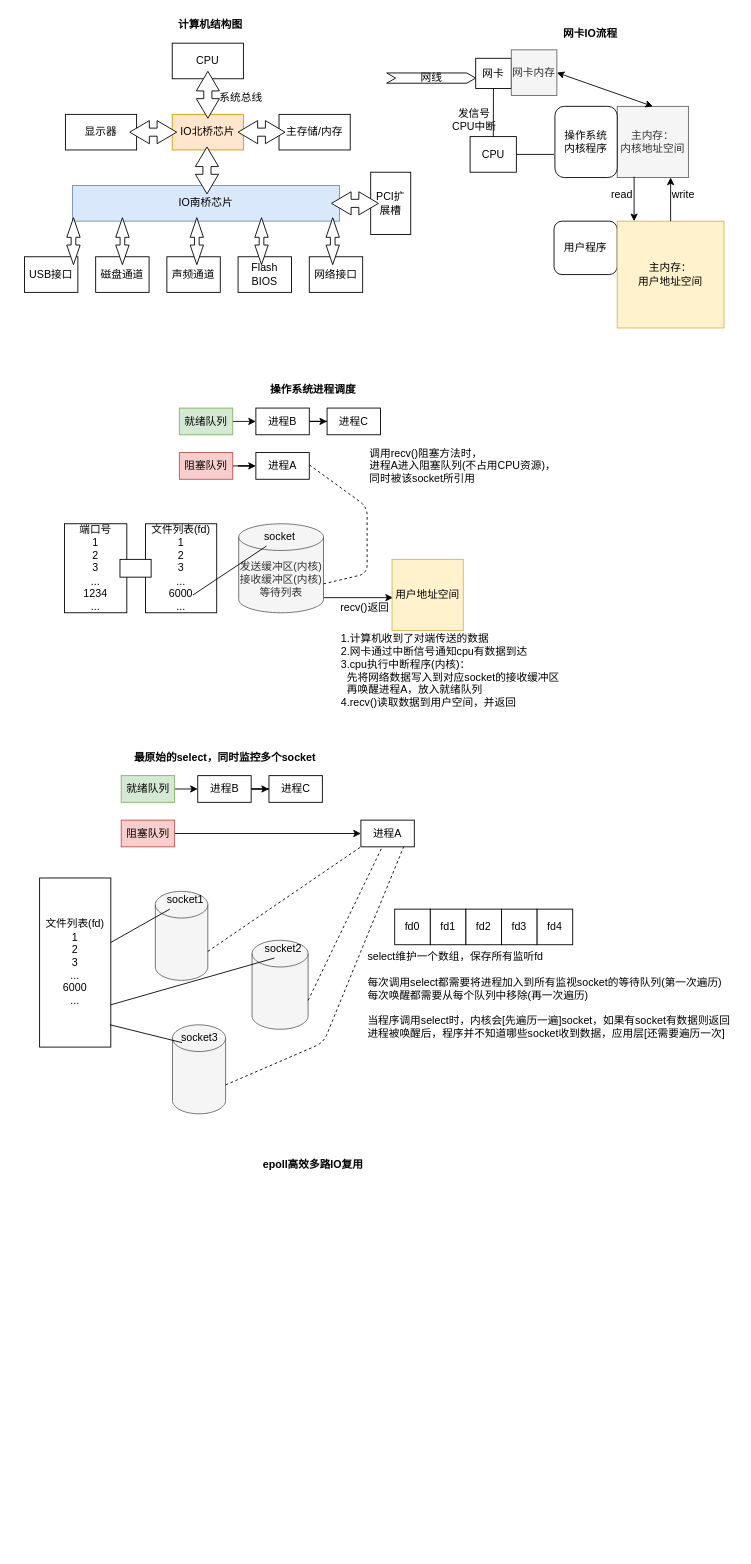
Earlier version of the draw.io diagram epoll.drawio (xuelei20/drawio). Source tidied: cells renumbered, new cells numbered last; positions are measured from the earlier drawing's top-left corner, leaving out a move shared by most shapes. Both pictures are drawn from the tidied source at 89%, with x=0, y=0 at pixel (24, 15).
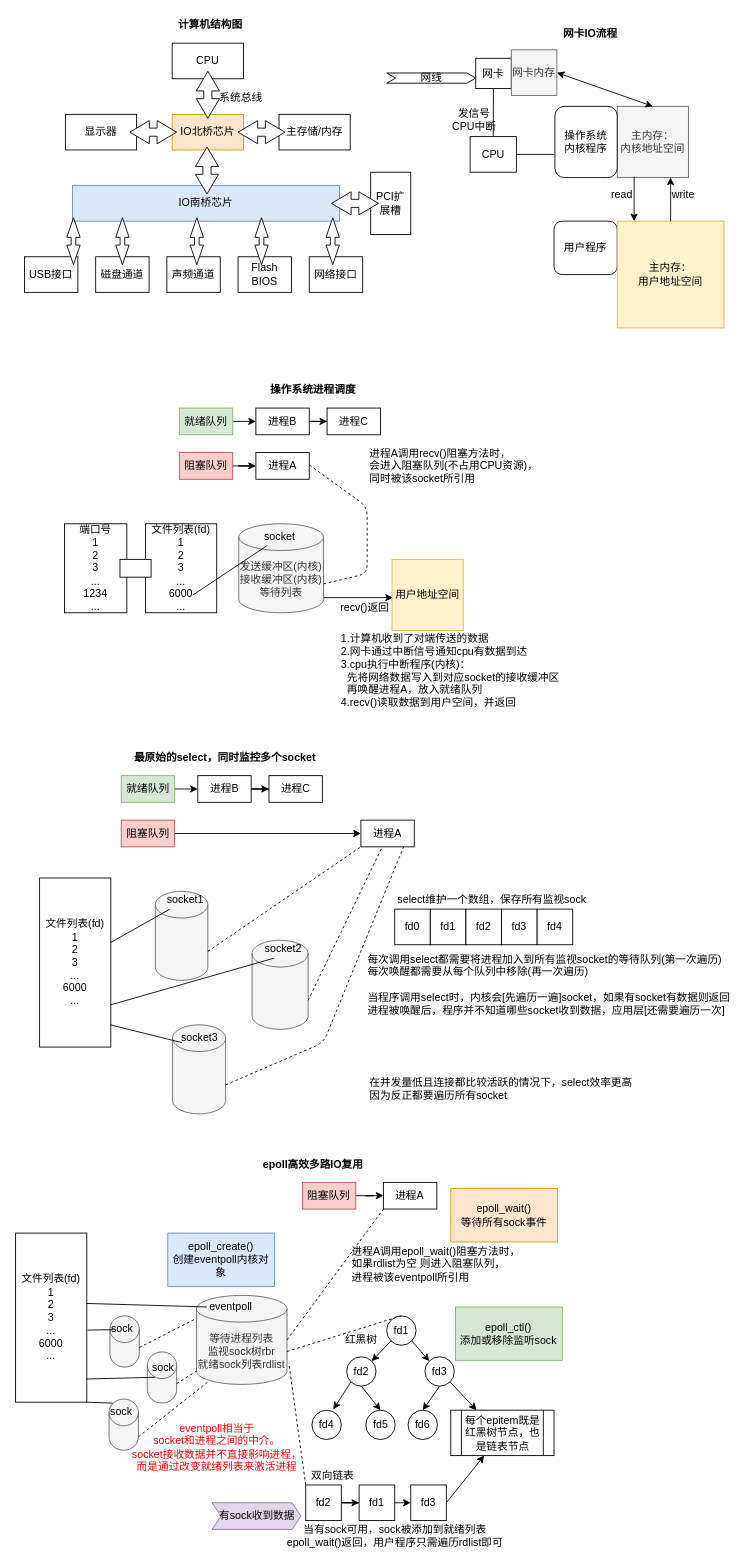
The same diagram, later.

What changed in the source:
```diff
@@
-    <mxCell id="55" value="调用recv()阻塞方法时，&lt;br&gt;进程A进入阻塞队列(不占用CPU资源)，&lt;br&gt;同时被该socket所引用" style="text;html=1;align=left;verticalAlign=middle;" parent="1" vertex="1">
-      <mxGeometry x="386" y="481" width="220" height="50" as="geometry" />
+    <mxCell id="55" value="进程A调用recv()阻塞方法时，&lt;br&gt;会进入阻塞队列(不占用CPU资源)，&lt;br&gt;同时被该socket所引用" style="text;html=1;align=left;verticalAlign=middle;" parent="1" vertex="1">
+      <mxGeometry x="386" y="481" width="200" height="50" as="geometry" />
     </mxCell>
@@
-    <mxCell id="89" value="&lt;div style=&quot;text-align: left&quot;&gt;&lt;span&gt;select维护一个数组，保存所有监听fd&lt;/span&gt;&lt;/div&gt;&lt;div style=&quot;text-align: left&quot;&gt;&lt;span&gt;&lt;br&gt;&lt;/span&gt;&lt;/div&gt;&lt;div style=&quot;text-align: left&quot;&gt;&lt;span&gt;每次调用select都需要将进程加入到所有监视socket的等待队列(第一次遍历)&lt;br&gt;&lt;/span&gt;&lt;/div&gt;&lt;div style=&quot;text-align: left&quot;&gt;&lt;span&gt;每次唤醒都需要从每个队列中移除(再一次遍历)&lt;br&gt;&lt;/span&gt;&lt;/div&gt;&lt;div style=&quot;text-align: left&quot;&gt;&lt;span&gt;&lt;br&gt;&lt;/span&gt;&lt;/div&gt;&lt;div style=&quot;text-align: left&quot;&gt;&lt;span&gt;当程序调用select时，内核会[先遍历一遍]socket，如果有socket有数据则返回&lt;br&gt;&lt;/span&gt;&lt;/div&gt;&lt;div style=&quot;text-align: left&quot;&gt;&lt;span&gt;进程被唤醒后，程序并不知道哪些socket收到数据，应用层[还需要遍历一次]&lt;br&gt;&lt;/span&gt;&lt;/div&gt;" style="text;html=1;align=center;verticalAlign=middle;" parent="1" vertex="1">
-      <mxGeometry x="379" y="1051" width="420" height="100" as="geometry" />
+    <mxCell id="89" value="&lt;div style=&quot;text-align: left&quot;&gt;&lt;span&gt;每次调用select都需要将进程加入到所有监视socket的等待队列(第一次遍历)&lt;/span&gt;&lt;br&gt;&lt;/div&gt;&lt;div style=&quot;text-align: left&quot;&gt;&lt;span&gt;每次唤醒都需要从每个队列中移除(再一次遍历)&lt;br&gt;&lt;/span&gt;&lt;/div&gt;&lt;div style=&quot;text-align: left&quot;&gt;&lt;span&gt;&lt;br&gt;&lt;/span&gt;&lt;/div&gt;&lt;div style=&quot;text-align: left&quot;&gt;&lt;span&gt;当程序调用select时，内核会[先遍历一遍]socket，如果有socket有数据则返回&lt;br&gt;&lt;/span&gt;&lt;/div&gt;&lt;div style=&quot;text-align: left&quot;&gt;&lt;span&gt;进程被唤醒后，程序并不知道哪些socket收到数据，应用层[还需要遍历一次]&lt;br&gt;&lt;/span&gt;&lt;/div&gt;" style="text;html=1;align=center;verticalAlign=middle;" parent="1" vertex="1">
+      <mxGeometry x="379" y="1049" width="420" height="80" as="geometry" />
     </mxCell>
@@
+    <mxCell id="92" value="epoll_create()&lt;br&gt;创建eventpoll内核对象" style="rounded=0;whiteSpace=wrap;html=1;fillColor=#dae8fc;strokeColor=#6c8ebf;" parent="1" vertex="1">
+      <mxGeometry x="161" y="1368" width="120" height="60" as="geometry" />
+    </mxCell>
+    <mxCell id="93" value="epoll_ctl()&lt;br&gt;添加或移除监听sock" style="rounded=0;whiteSpace=wrap;html=1;fillColor=#d5e8d4;strokeColor=#82b366;" parent="1" vertex="1">
+      <mxGeometry x="484.3" y="1451" width="120" height="60" as="geometry" />
+    </mxCell>
+    <mxCell id="94" value="epoll_wait()&lt;br&gt;等待所有sock事件" style="rounded=0;whiteSpace=wrap;html=1;fillColor=#ffe6cc;strokeColor=#d79b00;" parent="1" vertex="1">
+      <mxGeometry x="479" y="1318" width="120" height="60" as="geometry" />
+    </mxCell>
+    <mxCell id="95" style="edgeStyle=orthogonalEdgeStyle;rounded=0;jettySize=auto;html=1;entryX=0;entryY=0.5;entryDx=0;entryDy=0;" parent="1" edge="1" source="96" target="97">
+      <mxGeometry relative="1" as="geometry" />
+    </mxCell>
+    <mxCell id="96" value="fd2" style="rounded=0;whiteSpace=wrap;html=1;" parent="1" vertex="1">
+      <mxGeometry x="316" y="1651" width="40" height="40" as="geometry" />
+    </mxCell>
+    <mxCell id="97" value="fd1" style="rounded=0;whiteSpace=wrap;html=1;" parent="1" vertex="1">
+      <mxGeometry x="376" y="1651" width="40" height="40" as="geometry" />
+    </mxCell>
+    <mxCell id="98" style="edgeStyle=none;rounded=0;jettySize=auto;html=1;exitX=1;exitY=0.5;exitDx=0;exitDy=0;" parent="1" edge="1" source="99" target="143">
+      <mxGeometry relative="1" as="geometry" />
+    </mxCell>
+    <mxCell id="99" value="fd3" style="rounded=0;whiteSpace=wrap;html=1;" parent="1" vertex="1">
+      <mxGeometry x="434" y="1651" width="40" height="40" as="geometry" />
+    </mxCell>
+    <mxCell id="100" style="endArrow=classic;html=1;exitX=1;exitY=0.5;exitDx=0;exitDy=0;entryX=0;entryY=0.5;entryDx=0;entryDy=0;" parent="1" edge="1" source="97" target="99">
+      <mxGeometry relative="1" as="geometry" />
+    </mxCell>
+    <mxCell id="101" value="&lt;span style=&quot;text-align: left&quot;&gt;select维护一个数组，保存所有监视sock&lt;/span&gt;" style="text;html=1;strokeColor=none;fillColor=none;align=center;verticalAlign=middle;whiteSpace=wrap;rounded=0;" parent="1" vertex="1">
+      <mxGeometry x="416" y="984" width="219" height="20" as="geometry" />
+    </mxCell>
+    <mxCell id="102" value="当有sock可用，sock被添加到就绪列表&lt;br&gt;epoll_wait()返回，用户程序只需遍历rdlist即可" style="text;html=1;align=center;verticalAlign=middle;" parent="1" vertex="1">
+      <mxGeometry x="286.3" y="1693" width="260" height="30" as="geometry" />
+    </mxCell>
+    <mxCell id="103" value="在并发量低且连接都比较活跃的情况下，select效率更高&lt;br&gt;因为反正都要遍历所有socket" style="text;html=1;align=left;verticalAlign=middle;" parent="1" vertex="1">
+      <mxGeometry x="386" y="1191" width="310" height="30" as="geometry" />
+    </mxCell>
+    <mxCell id="104" value="文件列表(fd)&lt;br&gt;1&lt;br&gt;2&lt;br&gt;3&lt;br&gt;...&lt;br&gt;6000&lt;br&gt;..." style="whiteSpace=wrap;html=1;" parent="1" vertex="1">
+      <mxGeometry x="-10" y="1368" width="80" height="190" as="geometry" />
+    </mxCell>
+    <mxCell id="105" value="等待进程列表&lt;br&gt;监视sock树rbr&lt;br&gt;就绪sock列表rdlist" style="shape=cylinder3;whiteSpace=wrap;html=1;boundedLbl=1;backgroundOutline=1;size=15;align=center;fillColor=#f5f5f5;strokeColor=#666666;fontColor=#333333;" parent="1" vertex="1">
+      <mxGeometry x="193.3" y="1438" width="101.7" height="100" as="geometry" />
+    </mxCell>
+    <mxCell id="106" style="endArrow=none;html=1;exitX=1;exitY=0.416;exitDx=0;exitDy=0;exitPerimeter=0;" parent="1" edge="1" source="104">
+      <mxGeometry relative="1" as="geometry">
+        <mxPoint x="205" y="1451" as="targetPoint" />
+      </mxGeometry>
+    </mxCell>
+    <mxCell id="107" value="eventpoll" style="text;html=1;strokeColor=none;fillColor=none;align=center;verticalAlign=middle;whiteSpace=wrap;rounded=0;" parent="1" vertex="1">
+      <mxGeometry x="212.3" y="1441" width="40" height="20" as="geometry" />
+    </mxCell>
+    <mxCell id="108" value="进程A调用epoll_wait()阻塞方法时，&lt;br&gt;如果rdlist为空 则进入阻塞队列，&lt;br&gt;进程被该eventpoll所引用" style="text;html=1;align=left;verticalAlign=middle;" parent="1" vertex="1">
+      <mxGeometry x="366.3" y="1378" width="200" height="50" as="geometry" />
+    </mxCell>
+    <mxCell id="109" style="edgeStyle=orthogonalEdgeStyle;rounded=0;jettySize=auto;html=1;entryX=0;entryY=0.5;entryDx=0;entryDy=0;" parent="1" edge="1" source="110" target="111">
+      <mxGeometry relative="1" as="geometry" />
+    </mxCell>
+    <mxCell id="110" value="阻塞队列" style="whiteSpace=wrap;html=1;fillColor=#f8cecc;strokeColor=#b85450;" parent="1" vertex="1">
+      <mxGeometry x="312.3" y="1311" width="60" height="30" as="geometry" />
+    </mxCell>
+    <mxCell id="111" value="进程A" style="whiteSpace=wrap;html=1;" parent="1" vertex="1">
+      <mxGeometry x="403.3" y="1311" width="60" height="30" as="geometry" />
+    </mxCell>
+    <mxCell id="112" style="endArrow=none;dashed=1;html=1;exitX=1;exitY=0.5;exitDx=0;exitDy=0;exitPerimeter=0;entryX=0;entryY=1;entryDx=0;entryDy=0;" parent="1" edge="1" source="105" target="111">
+      <mxGeometry relative="1" as="geometry" />
+    </mxCell>
+    <mxCell id="113" style="rounded=0;jettySize=auto;html=1;exitX=0;exitY=1;exitDx=0;exitDy=0;entryX=1;entryY=0;entryDx=0;entryDy=0;" parent="1" edge="1" source="115" target="118">
+      <mxGeometry relative="1" as="geometry" />
+    </mxCell>
+    <mxCell id="114" style="edgeStyle=none;rounded=0;jettySize=auto;html=1;exitX=1;exitY=1;exitDx=0;exitDy=0;entryX=0;entryY=0;entryDx=0;entryDy=0;" parent="1" edge="1" source="115" target="121">
+      <mxGeometry relative="1" as="geometry" />
+    </mxCell>
+    <mxCell id="115" value="fd1" style="ellipse;whiteSpace=wrap;html=1;" parent="1" vertex="1">
+      <mxGeometry x="407" y="1461" width="33" height="33" as="geometry" />
+    </mxCell>
+    <mxCell id="116" style="edgeStyle=none;rounded=0;jettySize=auto;html=1;exitX=0;exitY=1;exitDx=0;exitDy=0;entryX=0.727;entryY=-0.03;entryDx=0;entryDy=0;entryPerimeter=0;" parent="1" edge="1" source="118" target="122">
+      <mxGeometry relative="1" as="geometry" />
+    </mxCell>
+    <mxCell id="117" style="edgeStyle=none;rounded=0;jettySize=auto;html=1;exitX=0.5;exitY=1;exitDx=0;exitDy=0;entryX=0.5;entryY=0;entryDx=0;entryDy=0;" parent="1" edge="1" source="118" target="123">
+      <mxGeometry relative="1" as="geometry" />
+    </mxCell>
+    <mxCell id="118" value="fd2" style="ellipse;whiteSpace=wrap;html=1;" parent="1" vertex="1">
+      <mxGeometry x="362" y="1507" width="33" height="33" as="geometry" />
+    </mxCell>
+    <mxCell id="119" style="edgeStyle=none;rounded=0;jettySize=auto;html=1;exitX=0.5;exitY=1;exitDx=0;exitDy=0;entryX=0.5;entryY=0;entryDx=0;entryDy=0;" parent="1" edge="1" source="121" target="124">
+      <mxGeometry relative="1" as="geometry" />
+    </mxCell>
+    <mxCell id="120" style="edgeStyle=none;rounded=0;jettySize=auto;html=1;exitX=1;exitY=1;exitDx=0;exitDy=0;entryX=0.25;entryY=0;entryDx=0;entryDy=0;" parent="1" edge="1" source="121" target="143">
+      <mxGeometry relative="1" as="geometry" />
+    </mxCell>
+    <mxCell id="121" value="fd3" style="ellipse;whiteSpace=wrap;html=1;" parent="1" vertex="1">
+      <mxGeometry x="450" y="1507" width="33" height="33" as="geometry" />
+    </mxCell>
+    <mxCell id="122" value="fd4" style="ellipse;whiteSpace=wrap;html=1;" parent="1" vertex="1">
+      <mxGeometry x="323" y="1567" width="33" height="33" as="geometry" />
+    </mxCell>
+    <mxCell id="123" value="fd5" style="ellipse;whiteSpace=wrap;html=1;" parent="1" vertex="1">
+      <mxGeometry x="383.5" y="1567" width="33" height="33" as="geometry" />
+    </mxCell>
+    <mxCell id="124" value="fd6" style="ellipse;whiteSpace=wrap;html=1;" parent="1" vertex="1">
+      <mxGeometry x="431" y="1567" width="33" height="33" as="geometry" />
+    </mxCell>
+    <mxCell id="125" style="endArrow=none;dashed=1;html=1;entryX=0.5;entryY=0;entryDx=0;entryDy=0;" parent="1" edge="1" target="115">
+      <mxGeometry relative="1" as="geometry">
+        <mxPoint x="295" y="1501" as="sourcePoint" />
+      </mxGeometry>
+    </mxCell>
+    <mxCell id="126" value="红黑树" style="text;html=1;align=center;verticalAlign=middle;" parent="1" vertex="1">
+      <mxGeometry x="353.3" y="1478" width="50" height="20" as="geometry" />
+    </mxCell>
+    <mxCell id="127" style="endArrow=none;dashed=1;html=1;entryX=1.02;entryY=0.76;entryDx=0;entryDy=0;entryPerimeter=0;exitX=0;exitY=0;exitDx=0;exitDy=0;" parent="1" edge="1" source="96" target="105">
+      <mxGeometry relative="1" as="geometry" />
+    </mxCell>
+    <mxCell id="128" value="有sock收到数据" style="html=1;shadow=0;dashed=0;align=center;verticalAlign=middle;shape=mxgraph.arrows2.arrow;dy=0;dx=10;notch=10;fillColor=#e1d5e7;strokeColor=#9673a6;" parent="1" vertex="1">
+      <mxGeometry x="210.7" y="1671" width="100" height="30" as="geometry" />
+    </mxCell>
+    <mxCell id="129" style="shape=cylinder3;whiteSpace=wrap;html=1;boundedLbl=1;backgroundOutline=1;size=15;align=center;fillColor=#f5f5f5;strokeColor=#666666;fontColor=#333333;" parent="1" vertex="1">
+      <mxGeometry x="96" y="1461" width="33" height="57.5" as="geometry" />
+    </mxCell>
+    <mxCell id="130" value="sock" style="text;html=1;strokeColor=none;fillColor=none;align=center;verticalAlign=middle;whiteSpace=wrap;rounded=0;" parent="1" vertex="1">
+      <mxGeometry x="90" y="1465.5" width="40" height="20" as="geometry" />
+    </mxCell>
+    <mxCell id="131" style="shape=cylinder3;whiteSpace=wrap;html=1;boundedLbl=1;backgroundOutline=1;size=15;align=center;fillColor=#f5f5f5;strokeColor=#666666;fontColor=#333333;" parent="1" vertex="1">
+      <mxGeometry x="95" y="1554.5" width="33" height="57.5" as="geometry" />
+    </mxCell>
+    <mxCell id="132" value="sock" style="text;html=1;strokeColor=none;fillColor=none;align=center;verticalAlign=middle;whiteSpace=wrap;rounded=0;" parent="1" vertex="1">
+      <mxGeometry x="89" y="1559" width="40" height="20" as="geometry" />
+    </mxCell>
+    <mxCell id="133" style="shape=cylinder3;whiteSpace=wrap;html=1;boundedLbl=1;backgroundOutline=1;size=15;align=center;fillColor=#f5f5f5;strokeColor=#666666;fontColor=#333333;" parent="1" vertex="1">
+      <mxGeometry x="138" y="1501.5" width="33" height="57.5" as="geometry" />
+    </mxCell>
+    <mxCell id="134" value="sock" style="text;html=1;strokeColor=none;fillColor=none;align=center;verticalAlign=middle;whiteSpace=wrap;rounded=0;" parent="1" vertex="1">
+      <mxGeometry x="136.3" y="1510" width="40" height="20" as="geometry" />
+    </mxCell>
+    <mxCell id="135" style="endArrow=none;dashed=1;html=1;exitX=1;exitY=0;exitDx=0;exitDy=35.625;exitPerimeter=0;entryX=-0.004;entryY=0.26;entryDx=0;entryDy=0;entryPerimeter=0;" parent="1" edge="1" source="129" target="105">
+      <mxGeometry relative="1" as="geometry" />
+    </mxCell>
+    <mxCell id="136" style="endArrow=none;dashed=1;html=1;exitX=1;exitY=1;exitDx=0;exitDy=-15;exitPerimeter=0;entryX=0.145;entryY=1;entryDx=0;entryDy=-4.35;entryPerimeter=0;" parent="1" edge="1" source="131" target="105">
+      <mxGeometry relative="1" as="geometry" />
+    </mxCell>
+    <mxCell id="137" style="endArrow=none;dashed=1;html=1;exitX=1;exitY=0;exitDx=0;exitDy=35.625;exitPerimeter=0;entryX=0;entryY=1;entryDx=0;entryDy=-15;entryPerimeter=0;" parent="1" edge="1" source="133" target="105">
+      <mxGeometry relative="1" as="geometry" />
+    </mxCell>
+    <mxCell id="138" style="endArrow=none;html=1;entryX=0.25;entryY=0;entryDx=0;entryDy=0;" parent="1" edge="1">
+      <mxGeometry relative="1" as="geometry">
+        <mxPoint x="71" y="1477" as="sourcePoint" />
+        <mxPoint x="100" y="1476.5" as="targetPoint" />
+      </mxGeometry>
+    </mxCell>
+    <mxCell id="139" style="endArrow=none;html=1;exitX=0.988;exitY=0.863;exitDx=0;exitDy=0;exitPerimeter=0;entryX=0.25;entryY=1;entryDx=0;entryDy=0;" parent="1" edge="1" source="104" target="134">
+      <mxGeometry relative="1" as="geometry" />
+    </mxCell>
+    <mxCell id="140" style="endArrow=none;html=1;exitX=1;exitY=1;exitDx=0;exitDy=0;entryX=0.25;entryY=0;entryDx=0;entryDy=0;" parent="1" edge="1" source="104" target="132">
+      <mxGeometry relative="1" as="geometry" />
+    </mxCell>
+    <mxCell id="141" value="&lt;font color=&quot;#ff0000&quot;&gt;eventpoll相当于&lt;br&gt;socket和进程之间的中介。&lt;br&gt;socket接收数据并不直接影响进程，&lt;br&gt;而是通过改变就绪列表来激活进程&lt;br&gt;&lt;/font&gt;" style="text;html=1;align=center;verticalAlign=middle;" parent="1" vertex="1">
+      <mxGeometry x="111" y="1579" width="210" height="60" as="geometry" />
+    </mxCell>
+    <mxCell id="142" value="双向链表" style="text;html=1;align=center;verticalAlign=middle;" parent="1" vertex="1">
+      <mxGeometry x="316" y="1631" width="60" height="20" as="geometry" />
+    </mxCell>
+    <mxCell id="143" value="每个epitem既是红黑树节点，也是链表节点" style="shape=process;whiteSpace=wrap;html=1;backgroundOutline=1;" parent="1" vertex="1">
+      <mxGeometry x="479" y="1567" width="116" height="51" as="geometry" />
+    </mxCell>
```
